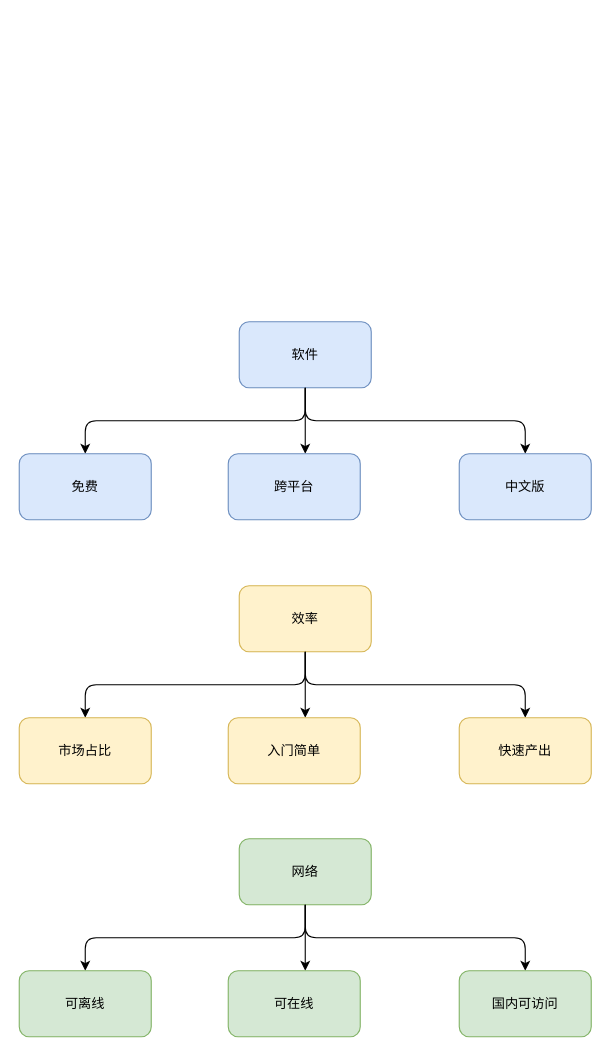
Earlier version of the draw.io diagram 工具和软件.drawio (evan2020/draw). Source tidied: cells renumbered, new cells numbered last; positions are measured from the earlier drawing's top-left corner, leaving out a move shared by most shapes. Both pictures are drawn from the tidied source at 110%, with x=0, y=0 at pixel (19, 321).
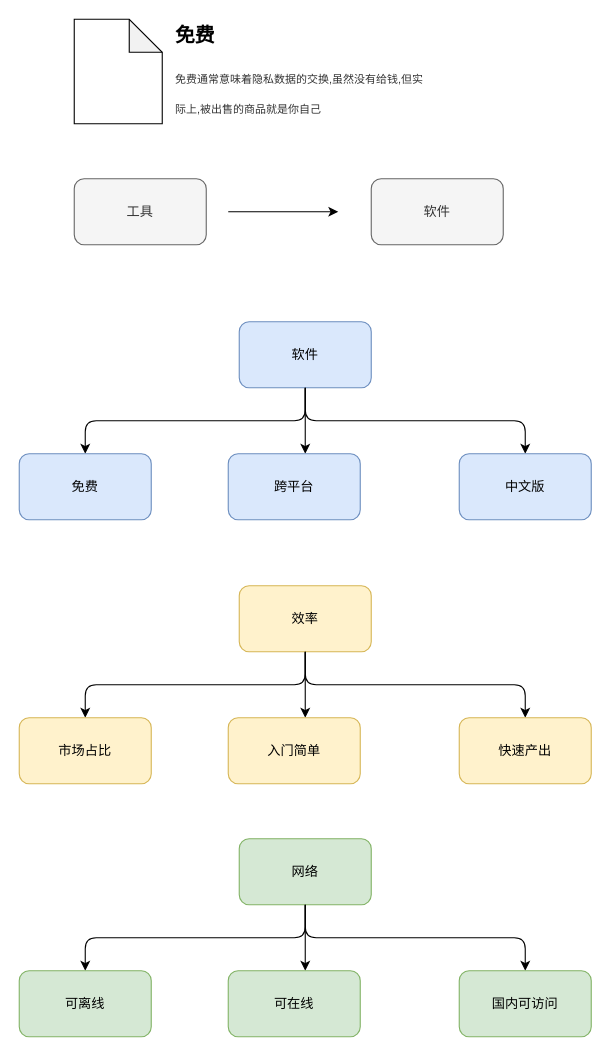
The same diagram, later.

Commit message:
更新工具和软件.drawio

Change to the diagram source:
```diff
@@
+    <mxCell id="23" value="工具" style="rounded=1;whiteSpace=wrap;html=1;fillColor=#f5f5f5;strokeColor=#666666;fontColor=#333333;" parent="1" vertex="1">
+      <mxGeometry x="50" y="-130" width="120" height="60" as="geometry" />
+    </mxCell>
+    <mxCell id="24" value="软件" style="rounded=1;whiteSpace=wrap;html=1;fillColor=#f5f5f5;strokeColor=#666666;fontColor=#333333;" parent="1" vertex="1">
+      <mxGeometry x="320" y="-130" width="120" height="60" as="geometry" />
+    </mxCell>
+    <mxCell id="25" style="endArrow=classic;html=1;" parent="1" edge="1">
+      <mxGeometry relative="1" as="geometry">
+        <mxPoint x="190" y="-100" as="sourcePoint" />
+        <mxPoint x="290" y="-100" as="targetPoint" />
+      </mxGeometry>
+    </mxCell>
+    <mxCell id="26" style="shape=note;whiteSpace=wrap;html=1;backgroundOutline=1;darkOpacity=0.05;" parent="1" vertex="1">
+      <mxGeometry x="50" y="-275" width="80" height="95" as="geometry" />
+    </mxCell>
+    <mxCell id="27" value="&lt;font style=&quot;font-size: 18px&quot;&gt;免费&lt;/font&gt;" style="text;html=1;strokeColor=none;fillColor=none;align=center;verticalAlign=middle;whiteSpace=wrap;rounded=0;fontStyle=1;" parent="1" vertex="1">
+      <mxGeometry x="140" y="-270" width="40" height="20" as="geometry" />
+    </mxCell>
+    <mxCell id="28" value="&lt;span style=&quot;line-height: 27.2px ; background-color: rgb(255 , 255 , 255)&quot;&gt;&lt;font style=&quot;font-size: 10px&quot; color=&quot;#333333&quot;&gt;免费通常意味着隐私数据的交换,虽然没有给钱,但实际上,被出售的商品就是你自己&lt;/font&gt;&lt;/span&gt;" style="text;html=1;strokeColor=none;fillColor=none;align=left;verticalAlign=middle;whiteSpace=wrap;rounded=0;" parent="1" vertex="1">
+      <mxGeometry x="140" y="-217.5" width="230" height="20" as="geometry" />
+    </mxCell>
```
